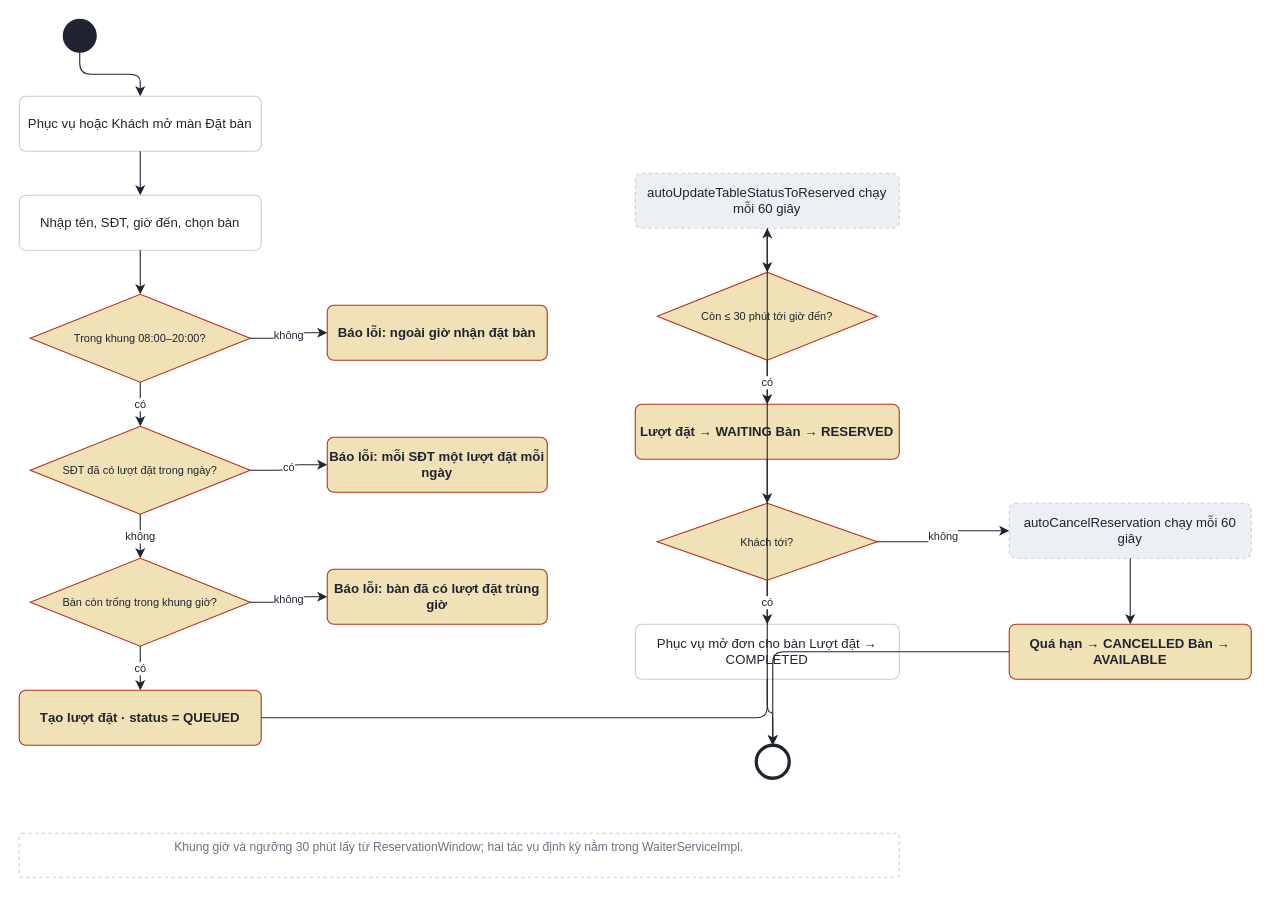
Above: page "Booking Flow" (4 of 6) of docs/common_diagram.drawio in AnhTuan2111/RIMS (draw.io), before the change. Source tidied: cells renumbered, new cells numbered last; positions are measured from the earlier drawing's top-left corner, leaving out a move shared by most shapes. Both pictures are drawn from the tidied source at 110%, with x=0, y=0 at pixel (19, 19).
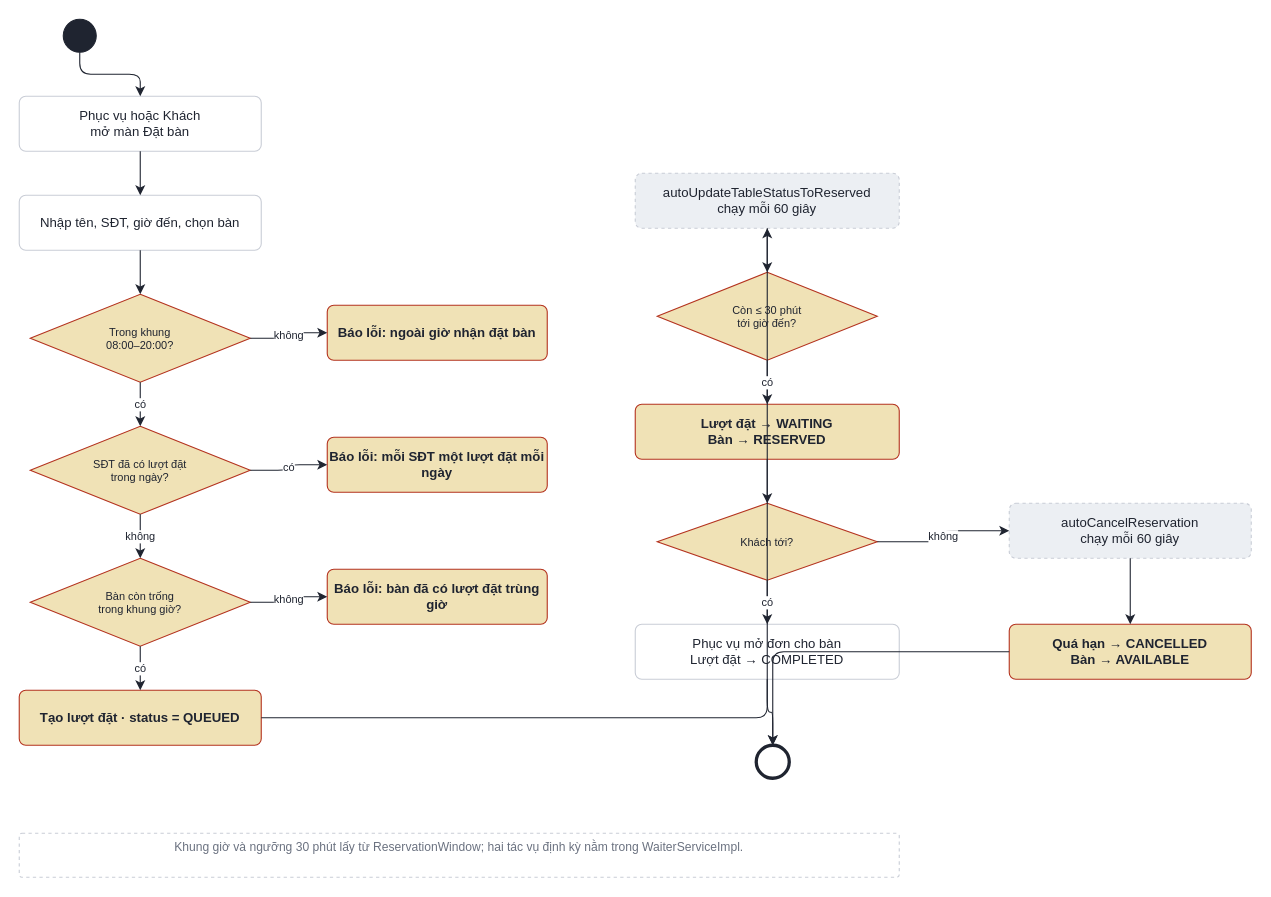
After the change.

Unchanged cells that the change refers to:
```xml
<mxCell id="2" style="ellipse;html=1;fillColor=#1f2430;strokeColor=#1f2430;" parent="1" vertex="1">
  <mxGeometry x="40" width="30" height="30" as="geometry" />
</mxCell>
<mxCell id="4" value="Nhập tên, SĐT, giờ đến, chọn bàn" style="rounded=1;arcSize=12;whiteSpace=wrap;html=1;fillColor=#ffffff;strokeColor=#c9cdd6;fontColor=#1f2430;fontSize=12;" parent="1" vertex="1">
  <mxGeometry y="160" width="220" height="50" as="geometry" />
</mxCell>
<mxCell id="6" value="Báo lỗi: ngoài giờ nhận đặt bàn" style="rounded=1;arcSize=12;whiteSpace=wrap;html=1;fillColor=#f0e2b6;strokeColor=#b4331f;fontColor=#1f2430;fontSize=12;fontStyle=1;" parent="1" vertex="1">
  <mxGeometry x="280" y="260" width="200" height="50" as="geometry" />
</mxCell>
<mxCell id="8" value="Báo lỗi: mỗi SĐT một lượt đặt mỗi ngày" style="rounded=1;arcSize=12;whiteSpace=wrap;html=1;fillColor=#f0e2b6;strokeColor=#b4331f;fontColor=#1f2430;fontSize=12;fontStyle=1;" parent="1" vertex="1">
  <mxGeometry x="280" y="380" width="200" height="50" as="geometry" />
</mxCell>
<mxCell id="10" value="Báo lỗi: bàn đã có lượt đặt trùng giờ" style="rounded=1;arcSize=12;whiteSpace=wrap;html=1;fillColor=#f0e2b6;strokeColor=#b4331f;fontColor=#1f2430;fontSize=12;fontStyle=1;" parent="1" vertex="1">
  <mxGeometry x="280" y="500" width="200" height="50" as="geometry" />
</mxCell>
<mxCell id="11" value="Tạo lượt đặt · status = QUEUED" style="rounded=1;arcSize=12;whiteSpace=wrap;html=1;fillColor=#f0e2b6;strokeColor=#b4331f;fontColor=#1f2430;fontSize=12;fontStyle=1;" parent="1" vertex="1">
  <mxGeometry y="610" width="220" height="50" as="geometry" />
</mxCell>
<mxCell id="15" value="Khách tới?" style="rhombus;whiteSpace=wrap;html=1;fillColor=#f0e2b6;strokeColor=#b4331f;fontColor=#1f2430;fontSize=10;" parent="1" vertex="1">
  <mxGeometry x="580" y="440" width="200" height="70" as="geometry" />
</mxCell>
<mxCell id="19" style="ellipse;html=1;fillColor=#ffffff;strokeColor=#1f2430;strokeWidth=3;" parent="1" vertex="1">
  <mxGeometry x="670" y="660" width="30" height="30" as="geometry" />
</mxCell>
```

What changed in the source:
```diff
@@
-    <mxCell id="3" value="Phục vụ hoặc Khách mở màn Đặt bàn" style="rounded=1;arcSize=12;whiteSpace=wrap;html=1;fillColor=#ffffff;strokeColor=#c9cdd6;fontColor=#1f2430;fontSize=12;" parent="1" vertex="1">
+    <mxCell id="3" value="Phục vụ hoặc Khách&lt;br&gt;mở màn Đặt bàn" style="rounded=1;arcSize=12;whiteSpace=wrap;html=1;fillColor=#ffffff;strokeColor=#c9cdd6;fontColor=#1f2430;fontSize=12;" parent="1" vertex="1">
       <mxGeometry y="70" width="220" height="50" as="geometry" />
     </mxCell>
@@
-    <mxCell id="5" value="Trong khung 08:00–20:00?" style="rhombus;whiteSpace=wrap;html=1;fillColor=#f0e2b6;strokeColor=#b4331f;fontColor=#1f2430;fontSize=10;" parent="1" vertex="1">
+    <mxCell id="5" value="Trong khung&lt;br&gt;08:00–20:00?" style="rhombus;whiteSpace=wrap;html=1;fillColor=#f0e2b6;strokeColor=#b4331f;fontColor=#1f2430;fontSize=10;" parent="1" vertex="1">
       <mxGeometry x="10" y="250" width="200" height="80" as="geometry" />
     </mxCell>
@@
-    <mxCell id="7" value="SĐT đã có lượt đặt trong ngày?" style="rhombus;whiteSpace=wrap;html=1;fillColor=#f0e2b6;strokeColor=#b4331f;fontColor=#1f2430;fontSize=10;" parent="1" vertex="1">
+    <mxCell id="7" value="SĐT đã có lượt đặt&lt;br&gt;trong ngày?" style="rhombus;whiteSpace=wrap;html=1;fillColor=#f0e2b6;strokeColor=#b4331f;fontColor=#1f2430;fontSize=10;" parent="1" vertex="1">
       <mxGeometry x="10" y="370" width="200" height="80" as="geometry" />
     </mxCell>
@@
-    <mxCell id="9" value="Bàn còn trống trong khung giờ?" style="rhombus;whiteSpace=wrap;html=1;fillColor=#f0e2b6;strokeColor=#b4331f;fontColor=#1f2430;fontSize=10;" parent="1" vertex="1">
+    <mxCell id="9" value="Bàn còn trống&lt;br&gt;trong khung giờ?" style="rhombus;whiteSpace=wrap;html=1;fillColor=#f0e2b6;strokeColor=#b4331f;fontColor=#1f2430;fontSize=10;" parent="1" vertex="1">
       <mxGeometry x="10" y="490" width="200" height="80" as="geometry" />
     </mxCell>
@@
-    <mxCell id="12" value="autoUpdateTableStatusToReserved chạy mỗi 60 giây" style="rounded=1;arcSize=12;whiteSpace=wrap;html=1;fillColor=#eceff3;strokeColor=#c9cdd6;fontColor=#1f2430;fontSize=12;dashed=1;" parent="1" vertex="1">
+    <mxCell id="12" value="autoUpdateTableStatusToReserved&lt;br&gt;chạy mỗi 60 giây" style="rounded=1;arcSize=12;whiteSpace=wrap;html=1;fillColor=#eceff3;strokeColor=#c9cdd6;fontColor=#1f2430;fontSize=12;dashed=1;" parent="1" vertex="1">
       <mxGeometry x="560" y="140" width="240" height="50" as="geometry" />
     </mxCell>
-    <mxCell id="13" value="Còn ≤ 30 phút tới giờ đến?" style="rhombus;whiteSpace=wrap;html=1;fillColor=#f0e2b6;strokeColor=#b4331f;fontColor=#1f2430;fontSize=10;" parent="1" vertex="1">
+    <mxCell id="13" value="Còn ≤ 30 phút&lt;br&gt;tới giờ đến?" style="rhombus;whiteSpace=wrap;html=1;fillColor=#f0e2b6;strokeColor=#b4331f;fontColor=#1f2430;fontSize=10;" parent="1" vertex="1">
       <mxGeometry x="580" y="230" width="200" height="80" as="geometry" />
     </mxCell>
-    <mxCell id="14" value="Lượt đặt → WAITING Bàn → RESERVED" style="rounded=1;arcSize=12;whiteSpace=wrap;html=1;fillColor=#f0e2b6;strokeColor=#b4331f;fontColor=#1f2430;fontSize=12;fontStyle=1;" parent="1" vertex="1">
+    <mxCell id="14" value="Lượt đặt → WAITING&lt;br&gt;Bàn → RESERVED" style="rounded=1;arcSize=12;whiteSpace=wrap;html=1;fillColor=#f0e2b6;strokeColor=#b4331f;fontColor=#1f2430;fontSize=12;fontStyle=1;" parent="1" vertex="1">
       <mxGeometry x="560" y="350" width="240" height="50" as="geometry" />
     </mxCell>
@@
-    <mxCell id="16" value="Phục vụ mở đơn cho bàn Lượt đặt → COMPLETED" style="rounded=1;arcSize=12;whiteSpace=wrap;html=1;fillColor=#ffffff;strokeColor=#c9cdd6;fontColor=#1f2430;fontSize=12;" parent="1" vertex="1">
+    <mxCell id="16" value="Phục vụ mở đơn cho bàn&lt;br&gt;Lượt đặt → COMPLETED" style="rounded=1;arcSize=12;whiteSpace=wrap;html=1;fillColor=#ffffff;strokeColor=#c9cdd6;fontColor=#1f2430;fontSize=12;" parent="1" vertex="1">
       <mxGeometry x="560" y="550" width="240" height="50" as="geometry" />
     </mxCell>
-    <mxCell id="17" value="autoCancelReservation chạy mỗi 60 giây" style="rounded=1;arcSize=12;whiteSpace=wrap;html=1;fillColor=#eceff3;strokeColor=#c9cdd6;fontColor=#1f2430;fontSize=12;dashed=1;" parent="1" vertex="1">
+    <mxCell id="17" value="autoCancelReservation&lt;br&gt;chạy mỗi 60 giây" style="rounded=1;arcSize=12;whiteSpace=wrap;html=1;fillColor=#eceff3;strokeColor=#c9cdd6;fontColor=#1f2430;fontSize=12;dashed=1;" parent="1" vertex="1">
       <mxGeometry x="900" y="440" width="220" height="50" as="geometry" />
     </mxCell>
-    <mxCell id="18" value="Quá hạn → CANCELLED Bàn → AVAILABLE" style="rounded=1;arcSize=12;whiteSpace=wrap;html=1;fillColor=#f0e2b6;strokeColor=#b4331f;fontColor=#1f2430;fontSize=12;fontStyle=1;" parent="1" vertex="1">
+    <mxCell id="18" value="Quá hạn → CANCELLED&lt;br&gt;Bàn → AVAILABLE" style="rounded=1;arcSize=12;whiteSpace=wrap;html=1;fillColor=#f0e2b6;strokeColor=#b4331f;fontColor=#1f2430;fontSize=12;fontStyle=1;" parent="1" vertex="1">
       <mxGeometry x="900" y="550" width="220" height="50" as="geometry" />
     </mxCell>
@@
-    <mxCell id="20" style="edgeStyle=orthogonalEdgeStyle;rounded=1;html=1;strokeColor=#1f2430;fontSize=10;fontColor=#1f2430;" parent="1" edge="1" source="2" target="3">
+    <mxCell id="20" style="edgeStyle=orthogonalEdgeStyle;rounded=1;html=1;strokeColor=#1f2430;fontSize=10;fontColor=#1f2430;labelBackgroundColor=#ffffff;labelBorderColor=none;" parent="1" edge="1" source="2" target="3">
       <mxGeometry relative="1" as="geometry" />
     </mxCell>
-    <mxCell id="21" style="edgeStyle=orthogonalEdgeStyle;rounded=1;html=1;strokeColor=#1f2430;fontSize=10;fontColor=#1f2430;" parent="1" edge="1" source="3" target="4">
+    <mxCell id="21" style="edgeStyle=orthogonalEdgeStyle;rounded=1;html=1;strokeColor=#1f2430;fontSize=10;fontColor=#1f2430;labelBackgroundColor=#ffffff;labelBorderColor=none;" parent="1" edge="1" source="3" target="4">
       <mxGeometry relative="1" as="geometry" />
     </mxCell>
-    <mxCell id="22" style="edgeStyle=orthogonalEdgeStyle;rounded=1;html=1;strokeColor=#1f2430;fontSize=10;fontColor=#1f2430;" parent="1" edge="1" source="4" target="5">
+    <mxCell id="22" style="edgeStyle=orthogonalEdgeStyle;rounded=1;html=1;strokeColor=#1f2430;fontSize=10;fontColor=#1f2430;labelBackgroundColor=#ffffff;labelBorderColor=none;" parent="1" edge="1" source="4" target="5">
       <mxGeometry relative="1" as="geometry" />
     </mxCell>
-    <mxCell id="23" value="không" style="edgeStyle=orthogonalEdgeStyle;rounded=1;html=1;strokeColor=#1f2430;fontSize=10;fontColor=#1f2430;" parent="1" edge="1" source="5" target="6">
+    <mxCell id="23" value="không" style="edgeStyle=orthogonalEdgeStyle;rounded=1;html=1;strokeColor=#1f2430;fontSize=10;fontColor=#1f2430;labelBackgroundColor=#ffffff;labelBorderColor=none;" parent="1" edge="1" source="5" target="6">
       <mxGeometry relative="1" as="geometry" />
     </mxCell>
-    <mxCell id="24" value="có" style="edgeStyle=orthogonalEdgeStyle;rounded=1;html=1;strokeColor=#1f2430;fontSize=10;fontColor=#1f2430;" parent="1" edge="1" source="5" target="7">
+    <mxCell id="24" value="có" style="edgeStyle=orthogonalEdgeStyle;rounded=1;html=1;strokeColor=#1f2430;fontSize=10;fontColor=#1f2430;labelBackgroundColor=#ffffff;labelBorderColor=none;" parent="1" edge="1" source="5" target="7">
       <mxGeometry relative="1" as="geometry" />
     </mxCell>
-    <mxCell id="25" value="có" style="edgeStyle=orthogonalEdgeStyle;rounded=1;html=1;strokeColor=#1f2430;fontSize=10;fontColor=#1f2430;" parent="1" edge="1" source="7" target="8">
+    <mxCell id="25" value="có" style="edgeStyle=orthogonalEdgeStyle;rounded=1;html=1;strokeColor=#1f2430;fontSize=10;fontColor=#1f2430;labelBackgroundColor=#ffffff;labelBorderColor=none;" parent="1" edge="1" source="7" target="8">
       <mxGeometry relative="1" as="geometry" />
     </mxCell>
-    <mxCell id="26" value="không" style="edgeStyle=orthogonalEdgeStyle;rounded=1;html=1;strokeColor=#1f2430;fontSize=10;fontColor=#1f2430;" parent="1" edge="1" source="7" target="9">
+    <mxCell id="26" value="không" style="edgeStyle=orthogonalEdgeStyle;rounded=1;html=1;strokeColor=#1f2430;fontSize=10;fontColor=#1f2430;labelBackgroundColor=#ffffff;labelBorderColor=none;" parent="1" edge="1" source="7" target="9">
       <mxGeometry relative="1" as="geometry" />
     </mxCell>
-    <mxCell id="27" value="không" style="edgeStyle=orthogonalEdgeStyle;rounded=1;html=1;strokeColor=#1f2430;fontSize=10;fontColor=#1f2430;" parent="1" edge="1" source="9" target="10">
+    <mxCell id="27" value="không" style="edgeStyle=orthogonalEdgeStyle;rounded=1;html=1;strokeColor=#1f2430;fontSize=10;fontColor=#1f2430;labelBackgroundColor=#ffffff;labelBorderColor=none;" parent="1" edge="1" source="9" target="10">
       <mxGeometry relative="1" as="geometry" />
     </mxCell>
-    <mxCell id="28" value="có" style="edgeStyle=orthogonalEdgeStyle;rounded=1;html=1;strokeColor=#1f2430;fontSize=10;fontColor=#1f2430;" parent="1" edge="1" source="9" target="11">
+    <mxCell id="28" value="có" style="edgeStyle=orthogonalEdgeStyle;rounded=1;html=1;strokeColor=#1f2430;fontSize=10;fontColor=#1f2430;labelBackgroundColor=#ffffff;labelBorderColor=none;" parent="1" edge="1" source="9" target="11">
       <mxGeometry relative="1" as="geometry" />
     </mxCell>
-    <mxCell id="29" style="edgeStyle=orthogonalEdgeStyle;rounded=1;html=1;strokeColor=#1f2430;fontSize=10;fontColor=#1f2430;" parent="1" edge="1" source="11" target="12">
+    <mxCell id="29" style="edgeStyle=orthogonalEdgeStyle;rounded=1;html=1;strokeColor=#1f2430;fontSize=10;fontColor=#1f2430;labelBackgroundColor=#ffffff;labelBorderColor=none;" parent="1" edge="1" source="11" target="12">
       <mxGeometry relative="1" as="geometry" />
     </mxCell>
-    <mxCell id="30" style="edgeStyle=orthogonalEdgeStyle;rounded=1;html=1;strokeColor=#1f2430;fontSize=10;fontColor=#1f2430;" parent="1" edge="1" source="12" target="13">
+    <mxCell id="30" style="edgeStyle=orthogonalEdgeStyle;rounded=1;html=1;strokeColor=#1f2430;fontSize=10;fontColor=#1f2430;labelBackgroundColor=#ffffff;labelBorderColor=none;" parent="1" edge="1" source="12" target="13">
       <mxGeometry relative="1" as="geometry" />
     </mxCell>
-    <mxCell id="31" value="có" style="edgeStyle=orthogonalEdgeStyle;rounded=1;html=1;strokeColor=#1f2430;fontSize=10;fontColor=#1f2430;" parent="1" edge="1" source="13" target="14">
+    <mxCell id="31" value="có" style="edgeStyle=orthogonalEdgeStyle;rounded=1;html=1;strokeColor=#1f2430;fontSize=10;fontColor=#1f2430;labelBackgroundColor=#ffffff;labelBorderColor=none;" parent="1" edge="1" source="13" target="14">
       <mxGeometry relative="1" as="geometry" />
     </mxCell>
-    <mxCell id="32" style="edgeStyle=orthogonalEdgeStyle;rounded=1;html=1;strokeColor=#1f2430;fontSize=10;fontColor=#1f2430;" parent="1" edge="1" source="14" target="15">
+    <mxCell id="32" style="edgeStyle=orthogonalEdgeStyle;rounded=1;html=1;strokeColor=#1f2430;fontSize=10;fontColor=#1f2430;labelBackgroundColor=#ffffff;labelBorderColor=none;" parent="1" edge="1" source="14" target="15">
       <mxGeometry relative="1" as="geometry" />
     </mxCell>
-    <mxCell id="33" value="có" style="edgeStyle=orthogonalEdgeStyle;rounded=1;html=1;strokeColor=#1f2430;fontSize=10;fontColor=#1f2430;" parent="1" edge="1" source="15" target="16">
+    <mxCell id="33" value="có" style="edgeStyle=orthogonalEdgeStyle;rounded=1;html=1;strokeColor=#1f2430;fontSize=10;fontColor=#1f2430;labelBackgroundColor=#ffffff;labelBorderColor=none;" parent="1" edge="1" source="15" target="16">
       <mxGeometry relative="1" as="geometry" />
     </mxCell>
-    <mxCell id="34" value="không" style="edgeStyle=orthogonalEdgeStyle;rounded=1;html=1;strokeColor=#1f2430;fontSize=10;fontColor=#1f2430;" parent="1" edge="1" source="15" target="17">
+    <mxCell id="34" value="không" style="edgeStyle=orthogonalEdgeStyle;rounded=1;html=1;strokeColor=#1f2430;fontSize=10;fontColor=#1f2430;labelBackgroundColor=#ffffff;labelBorderColor=none;" parent="1" edge="1" source="15" target="17">
       <mxGeometry relative="1" as="geometry" />
     </mxCell>
-    <mxCell id="35" style="edgeStyle=orthogonalEdgeStyle;rounded=1;html=1;strokeColor=#1f2430;fontSize=10;fontColor=#1f2430;" parent="1" edge="1" source="17" target="18">
+    <mxCell id="35" style="edgeStyle=orthogonalEdgeStyle;rounded=1;html=1;strokeColor=#1f2430;fontSize=10;fontColor=#1f2430;labelBackgroundColor=#ffffff;labelBorderColor=none;" parent="1" edge="1" source="17" target="18">
       <mxGeometry relative="1" as="geometry" />
     </mxCell>
-    <mxCell id="36" style="edgeStyle=orthogonalEdgeStyle;rounded=1;html=1;strokeColor=#1f2430;fontSize=10;fontColor=#1f2430;" parent="1" edge="1" source="16" target="19">
+    <mxCell id="36" style="edgeStyle=orthogonalEdgeStyle;rounded=1;html=1;strokeColor=#1f2430;fontSize=10;fontColor=#1f2430;labelBackgroundColor=#ffffff;labelBorderColor=none;" parent="1" edge="1" source="16" target="19">
       <mxGeometry relative="1" as="geometry" />
     </mxCell>
-    <mxCell id="37" style="edgeStyle=orthogonalEdgeStyle;rounded=1;html=1;strokeColor=#1f2430;fontSize=10;fontColor=#1f2430;" parent="1" edge="1" source="18" target="19">
+    <mxCell id="37" style="edgeStyle=orthogonalEdgeStyle;rounded=1;html=1;strokeColor=#1f2430;fontSize=10;fontColor=#1f2430;labelBackgroundColor=#ffffff;labelBorderColor=none;" parent="1" edge="1" source="18" target="19">
       <mxGeometry relative="1" as="geometry" />
     </mxCell>
```
